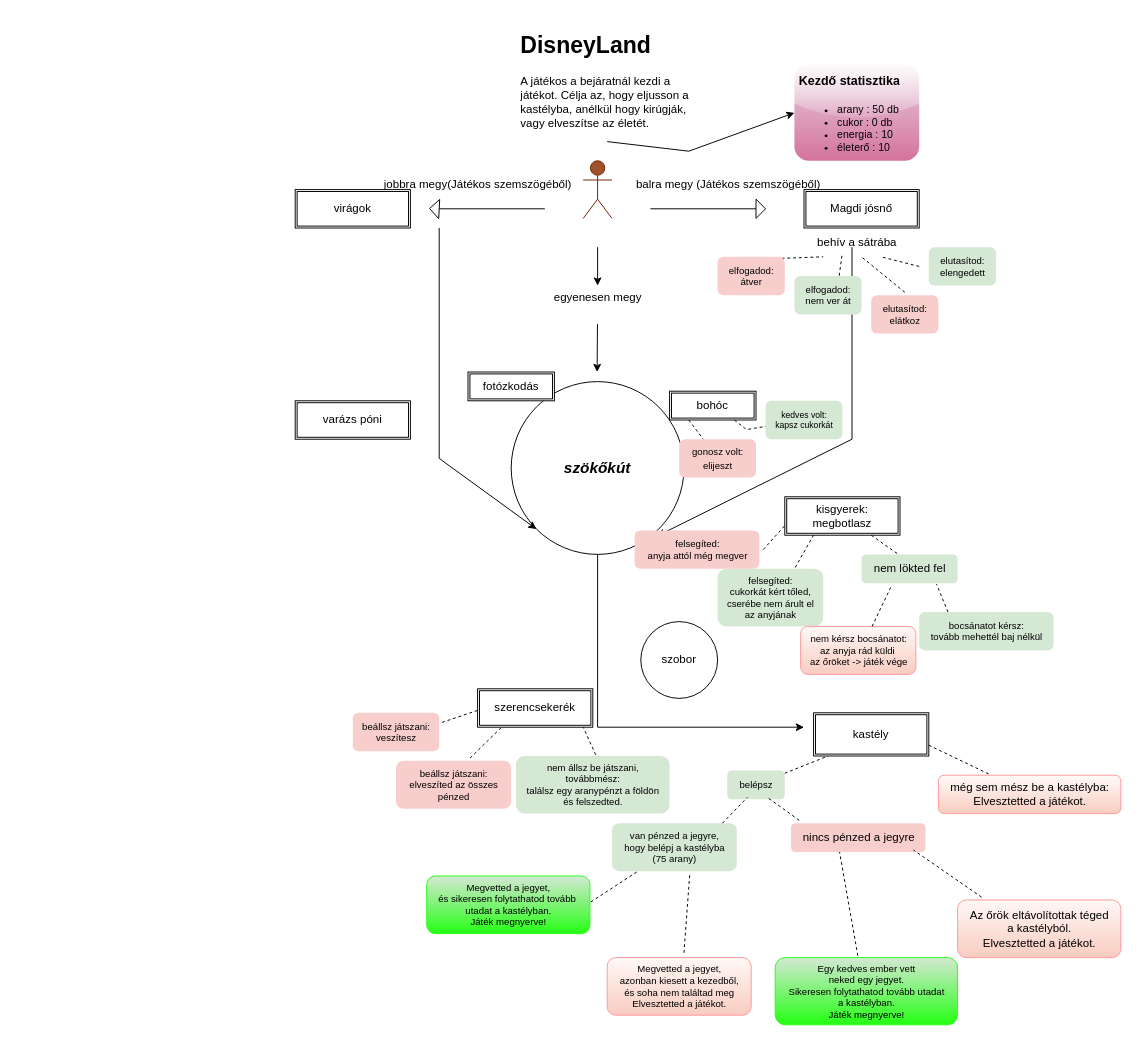
Before: vazlat .drawio in mezeirenata/disney, a draw.io diagram. Source tidied: cells renumbered, new cells numbered last; positions are measured from the earlier drawing's top-left corner, leaving out a move shared by most shapes. Both pictures are drawn from the tidied source at 96%, with x=0, y=0 at pixel (295, 26).
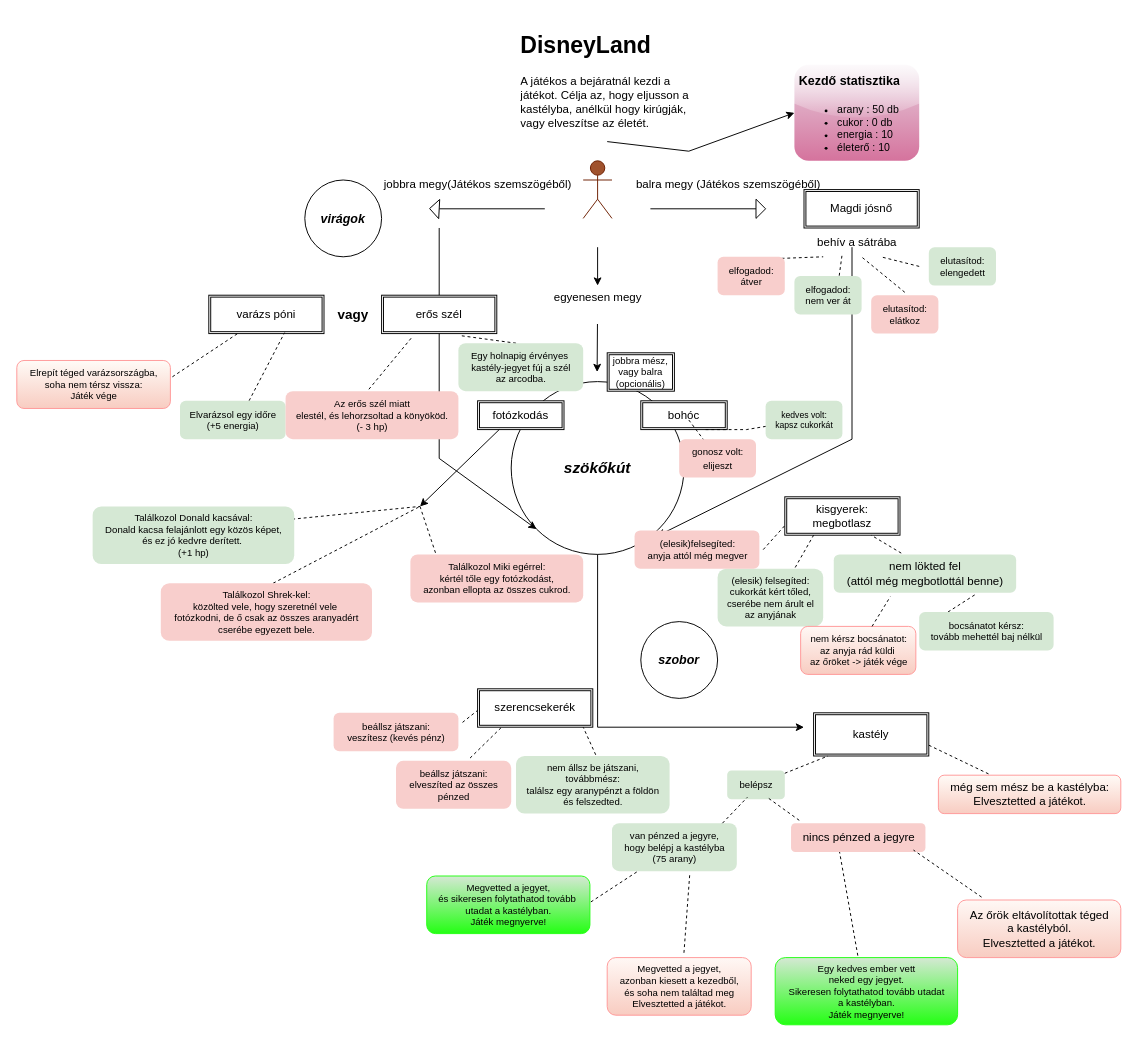
The same page after the edit.

Diff of the diagram source:
```diff
@@
-    <mxCell id="16" value="virágok" style="shape=ext;double=1;rounded=0;whiteSpace=wrap;html=1;" parent="1" vertex="1">
-      <mxGeometry y="170" width="120" height="40" as="geometry" />
-    </mxCell>
@@
     <mxCell id="18" value="fotózkodás" style="shape=ext;double=1;rounded=0;whiteSpace=wrap;html=1;" parent="1" vertex="1">
-      <mxGeometry x="180" y="360" width="90" height="30" as="geometry" />
+      <mxGeometry x="190" y="390" width="90" height="30" as="geometry" />
     </mxCell>
     <mxCell id="19" value="bohóc" style="shape=ext;double=1;rounded=0;whiteSpace=wrap;html=1;" parent="1" vertex="1">
-      <mxGeometry x="390" y="380" width="90" height="30" as="geometry" />
+      <mxGeometry x="360" y="390" width="90" height="30" as="geometry" />
     </mxCell>
@@
-    <mxCell id="21" value="szobor" style="ellipse;whiteSpace=wrap;html=1;" parent="1" vertex="1">
+    <mxCell id="21" value="&lt;b&gt;&lt;i&gt;&lt;font style=&quot;font-size: 13px;&quot;&gt;szobor&lt;/font&gt;&lt;/i&gt;&lt;/b&gt;" style="ellipse;whiteSpace=wrap;html=1;" parent="1" vertex="1">
       <mxGeometry x="360" y="620" width="80" height="80" as="geometry" />
     </mxCell>
     <mxCell id="22" value="varázs póni" style="shape=ext;double=1;rounded=0;whiteSpace=wrap;html=1;" parent="1" vertex="1">
-      <mxGeometry y="390" width="120" height="40" as="geometry" />
+      <mxGeometry x="-90" y="280" width="120" height="40" as="geometry" />
     </mxCell>
@@
-    <mxCell id="40" value="&lt;font style=&quot;font-size: 10px;&quot;&gt;felsegíted:&lt;br style=&quot;font-size: 10px;&quot;&gt;cukorkát kért tőled,&lt;br style=&quot;font-size: 10px;&quot;&gt;cserébe nem árult el&lt;br style=&quot;font-size: 10px;&quot;&gt;az anyjának&lt;br style=&quot;font-size: 10px;&quot;&gt;&lt;/font&gt;" style="text;html=1;align=center;verticalAlign=middle;points=[];strokeColor=none;fillColor=#d5e8d4;rounded=1;fontSize=10;" parent="1" vertex="1">
+    <mxCell id="40" value="&lt;font style=&quot;font-size: 10px;&quot;&gt;(elesik) felsegíted:&lt;br style=&quot;font-size: 10px;&quot;&gt;cukorkát kért tőled,&lt;br style=&quot;font-size: 10px;&quot;&gt;cserébe nem árult el&lt;br style=&quot;font-size: 10px;&quot;&gt;az anyjának&lt;br style=&quot;font-size: 10px;&quot;&gt;&lt;/font&gt;" style="text;html=1;align=center;verticalAlign=middle;points=[];strokeColor=none;fillColor=#d5e8d4;rounded=1;fontSize=10;" parent="1" vertex="1">
       <mxGeometry x="440" y="565" width="110" height="60" as="geometry" />
     </mxCell>
-    <mxCell id="41" value="&lt;font style=&quot;font-size: 10px;&quot;&gt;felsegíted:&lt;br style=&quot;font-size: 10px;&quot;&gt;anyja attól még megver&lt;/font&gt;" style="text;html=1;align=center;verticalAlign=middle;points=[];strokeColor=none;fillColor=#f8cecc;rounded=1;fontSize=10;" parent="1" vertex="1">
+    <mxCell id="41" value="&lt;font style=&quot;font-size: 10px;&quot;&gt;(elesik)felsegíted:&lt;br style=&quot;font-size: 10px;&quot;&gt;anyja attól még megver&lt;/font&gt;" style="text;html=1;align=center;verticalAlign=middle;points=[];strokeColor=none;fillColor=#f8cecc;rounded=1;fontSize=10;" parent="1" vertex="1">
       <mxGeometry x="353.5" y="525" width="130" height="40" as="geometry" />
     </mxCell>
-    <mxCell id="42" value="nem lökted fel" style="text;html=1;align=center;verticalAlign=middle;points=[];strokeColor=none;fillColor=#d5e8d4;rounded=1;" parent="1" vertex="1">
-      <mxGeometry x="590" y="550" width="100" height="30" as="geometry" />
+    <mxCell id="42" value="nem lökted fel&lt;br&gt;(attól még megbotlottál benne)" style="text;html=1;align=center;verticalAlign=middle;points=[];strokeColor=none;fillColor=#d5e8d4;rounded=1;" parent="1" vertex="1">
+      <mxGeometry x="561" y="550" width="190" height="40" as="geometry" />
     </mxCell>
@@
-    <mxCell id="49" value="beállsz játszani:&lt;br style=&quot;font-size: 10px;&quot;&gt;veszítesz" style="text;html=1;align=center;verticalAlign=middle;points=[];strokeColor=none;fillColor=#f8cecc;fontSize=10;rounded=1;" parent="1" vertex="1">
-      <mxGeometry x="60" y="715" width="90" height="40" as="geometry" />
+    <mxCell id="49" value="beállsz játszani:&lt;br style=&quot;font-size: 10px;&quot;&gt;veszítesz (kevés pénz)" style="text;html=1;align=center;verticalAlign=middle;points=[];strokeColor=none;fillColor=#f8cecc;fontSize=10;rounded=1;" parent="1" vertex="1">
+      <mxGeometry x="40" y="715" width="130" height="40" as="geometry" />
     </mxCell>
@@
+    <mxCell id="75" style="endArrow=classic;html=1;rounded=0;exitX=0.25;exitY=1;exitDx=0;exitDy=0;" parent="1" edge="1" source="18">
+      <mxGeometry relative="1" as="geometry">
+        <mxPoint x="130" y="500" as="targetPoint" />
+      </mxGeometry>
+    </mxCell>
+    <mxCell id="76" style="endArrow=none;dashed=1;html=1;rounded=0;exitX=0.99;exitY=0.222;exitDx=0;exitDy=0;exitPerimeter=0;" parent="1" edge="1" source="79">
+      <mxGeometry relative="1" as="geometry">
+        <mxPoint x="130" y="500" as="targetPoint" />
+      </mxGeometry>
+    </mxCell>
+    <mxCell id="77" style="endArrow=none;dashed=1;html=1;rounded=0;exitX=0.532;exitY=0;exitDx=0;exitDy=0;exitPerimeter=0;" parent="1" edge="1" source="80">
+      <mxGeometry relative="1" as="geometry">
+        <mxPoint x="130" y="500" as="targetPoint" />
+      </mxGeometry>
+    </mxCell>
+    <mxCell id="78" style="endArrow=none;dashed=1;html=1;rounded=0;entryX=0.147;entryY=-0.014;entryDx=0;entryDy=0;entryPerimeter=0;" parent="1" edge="1" target="81">
+      <mxGeometry relative="1" as="geometry">
+        <mxPoint x="130" y="500" as="sourcePoint" />
+      </mxGeometry>
+    </mxCell>
+    <mxCell id="79" value="Találkozol Donald kacsával:&lt;br&gt;Donald kacsa felajánlott egy közös képet,&lt;br&gt;és ez jó kedvre derített.&amp;nbsp;&lt;br&gt;(+1 hp)" style="text;html=1;align=center;verticalAlign=middle;points=[];strokeColor=none;fillColor=#d5e8d4;fontSize=10;rounded=1;" parent="1" vertex="1">
+      <mxGeometry x="-211" y="500" width="210" height="60" as="geometry" />
+    </mxCell>
+    <mxCell id="80" value="Találkozol Shrek-kel:&lt;br&gt;közölted vele, hogy szeretnél vele&amp;nbsp;&lt;br&gt;fotózkodni, de ő csak az összes aranyadért&lt;br&gt;cserébe egyezett bele." style="text;html=1;align=center;verticalAlign=middle;points=[];strokeColor=none;fillColor=#f8cecc;fontSize=10;rounded=1;" parent="1" vertex="1">
+      <mxGeometry x="-140" y="580" width="220" height="60" as="geometry" />
+    </mxCell>
+    <mxCell id="81" value="Találkozol Miki egérrel:&lt;br style=&quot;font-size: 10px;&quot;&gt;kértél tőle egy fotózkodást,&lt;br style=&quot;font-size: 10px;&quot;&gt;azonban ellopta az összes cukrod." style="text;html=1;align=center;verticalAlign=middle;points=[];strokeColor=none;fillColor=#f8cecc;fontSize=10;rounded=1;" parent="1" vertex="1">
+      <mxGeometry x="120" y="550" width="180" height="50" as="geometry" />
+    </mxCell>
+    <mxCell id="82" value="&lt;b&gt;&lt;font style=&quot;font-size: 14px;&quot;&gt;vagy&lt;/font&gt;&lt;/b&gt;" style="text;html=1;align=center;verticalAlign=middle;strokeColor=none;fillColor=none;" parent="1" vertex="1">
+      <mxGeometry x="30" y="285" width="60" height="30" as="geometry" />
+    </mxCell>
+    <mxCell id="83" value="erős szél" style="shape=ext;double=1;rounded=0;whiteSpace=wrap;html=1;" parent="1" vertex="1">
+      <mxGeometry x="90" y="280" width="120" height="40" as="geometry" />
+    </mxCell>
+    <mxCell id="16" value="&lt;b&gt;&lt;i&gt;&lt;font style=&quot;font-size: 13px;&quot;&gt;virágok&lt;/font&gt;&lt;/i&gt;&lt;/b&gt;" style="ellipse;whiteSpace=wrap;html=1;" parent="1" vertex="1">
+      <mxGeometry x="10" y="160" width="80" height="80" as="geometry" />
+    </mxCell>
+    <mxCell id="84" style="endArrow=none;dashed=1;html=1;rounded=0;entryX=0.25;entryY=1;entryDx=0;entryDy=0;exitX=1.013;exitY=0.34;exitDx=0;exitDy=0;exitPerimeter=0;" parent="1" edge="1" source="85" target="22">
+      <mxGeometry relative="1" as="geometry" />
+    </mxCell>
+    <mxCell id="85" value="Elrepít téged varázsországba,&lt;br style=&quot;font-size: 10px;&quot;&gt;soha nem térsz vissza:&lt;br style=&quot;font-size: 10px;&quot;&gt;Játék vége" style="text;html=1;align=center;verticalAlign=middle;points=[];strokeColor=#FF9999;fillColor=#F8CCC1;rounded=1;gradientColor=#FFFBF7;gradientDirection=north;fontSize=10;" parent="1" vertex="1">
+      <mxGeometry x="-290" y="348" width="160" height="50" as="geometry" />
+    </mxCell>
+    <mxCell id="86" style="endArrow=none;dashed=1;html=1;rounded=0;entryX=0.658;entryY=0.975;entryDx=0;entryDy=0;entryPerimeter=0;exitX=0.654;exitY=0;exitDx=0;exitDy=0;exitPerimeter=0;" parent="1" edge="1" source="87" target="22">
+      <mxGeometry relative="1" as="geometry" />
+    </mxCell>
+    <mxCell id="87" value="Elvarázsol egy időre&lt;br style=&quot;font-size: 10px;&quot;&gt;(+5 energia)" style="text;html=1;align=center;verticalAlign=middle;points=[];strokeColor=none;fillColor=#d5e8d4;rounded=1;fontSize=10;" parent="1" vertex="1">
+      <mxGeometry x="-120" y="390" width="110" height="40" as="geometry" />
+    </mxCell>
+    <mxCell id="88" style="endArrow=none;dashed=1;html=1;rounded=0;entryX=0.677;entryY=1.05;entryDx=0;entryDy=0;exitX=0.462;exitY=0;exitDx=0;exitDy=0;exitPerimeter=0;entryPerimeter=0;" parent="1" edge="1" source="89" target="83">
+      <mxGeometry relative="1" as="geometry" />
+    </mxCell>
+    <mxCell id="89" value="Egy holnapig érvényes&amp;nbsp;&lt;br style=&quot;font-size: 10px;&quot;&gt;kastély-jegyet fúj a szél&lt;br style=&quot;font-size: 10px;&quot;&gt;az arcodba." style="text;html=1;align=center;verticalAlign=middle;points=[];strokeColor=none;fillColor=#d5e8d4;fontSize=10;rounded=1;" parent="1" vertex="1">
+      <mxGeometry x="170" y="330" width="130" height="50" as="geometry" />
+    </mxCell>
+    <mxCell id="90" value="Az erős szél miatt&lt;br style=&quot;font-size: 10px;&quot;&gt;elestél, és lehorzsoltad a könyököd.&lt;br style=&quot;font-size: 10px;&quot;&gt;(- 3 hp)" style="text;html=1;align=center;verticalAlign=middle;points=[];strokeColor=none;fillColor=#f8cecc;rounded=1;fontSize=10;" parent="1" vertex="1">
+      <mxGeometry x="-10" y="380" width="180" height="50" as="geometry" />
+    </mxCell>
+    <mxCell id="91" style="endArrow=none;dashed=1;html=1;rounded=0;entryX=0.261;entryY=1.104;entryDx=0;entryDy=0;entryPerimeter=0;exitX=0.482;exitY=-0.04;exitDx=0;exitDy=0;exitPerimeter=0;" parent="1" edge="1" source="90" target="83">
+      <mxGeometry relative="1" as="geometry" />
+    </mxCell>
+    <mxCell id="92" value="jobbra mész, vagy balra (opcionális)" style="shape=ext;double=1;rounded=0;whiteSpace=wrap;html=1;fontSize=10;" parent="1" vertex="1">
+      <mxGeometry x="325" y="340" width="70" height="40" as="geometry" />
+    </mxCell>
```
